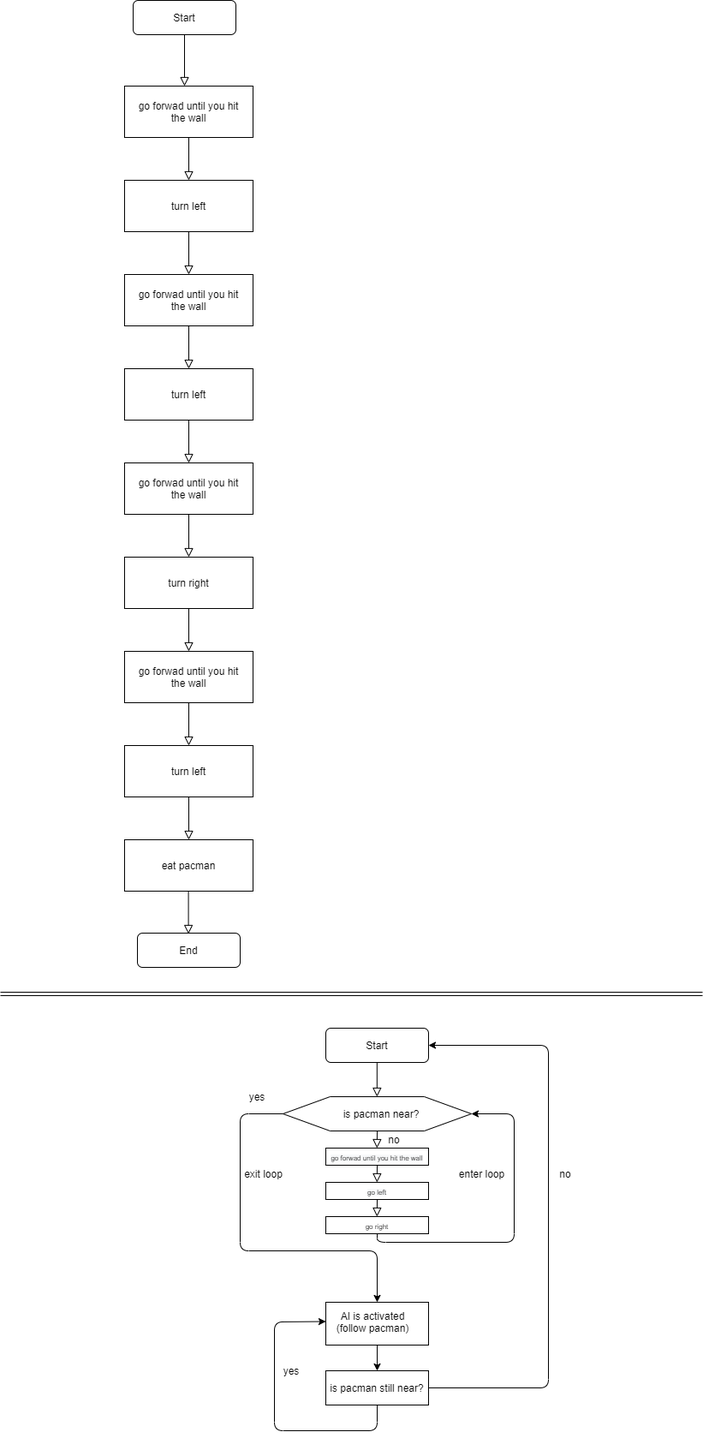
Earlier version of the draw.io export Basic.png (Paulalbo/CFLM-DATAST-DAY07-Paul-Albrecht-Onur-Umar). Source tidied: cells renumbered, new cells last; positions are measured from the earlier drawing's top-left corner, leaving out a move shared by most shapes.
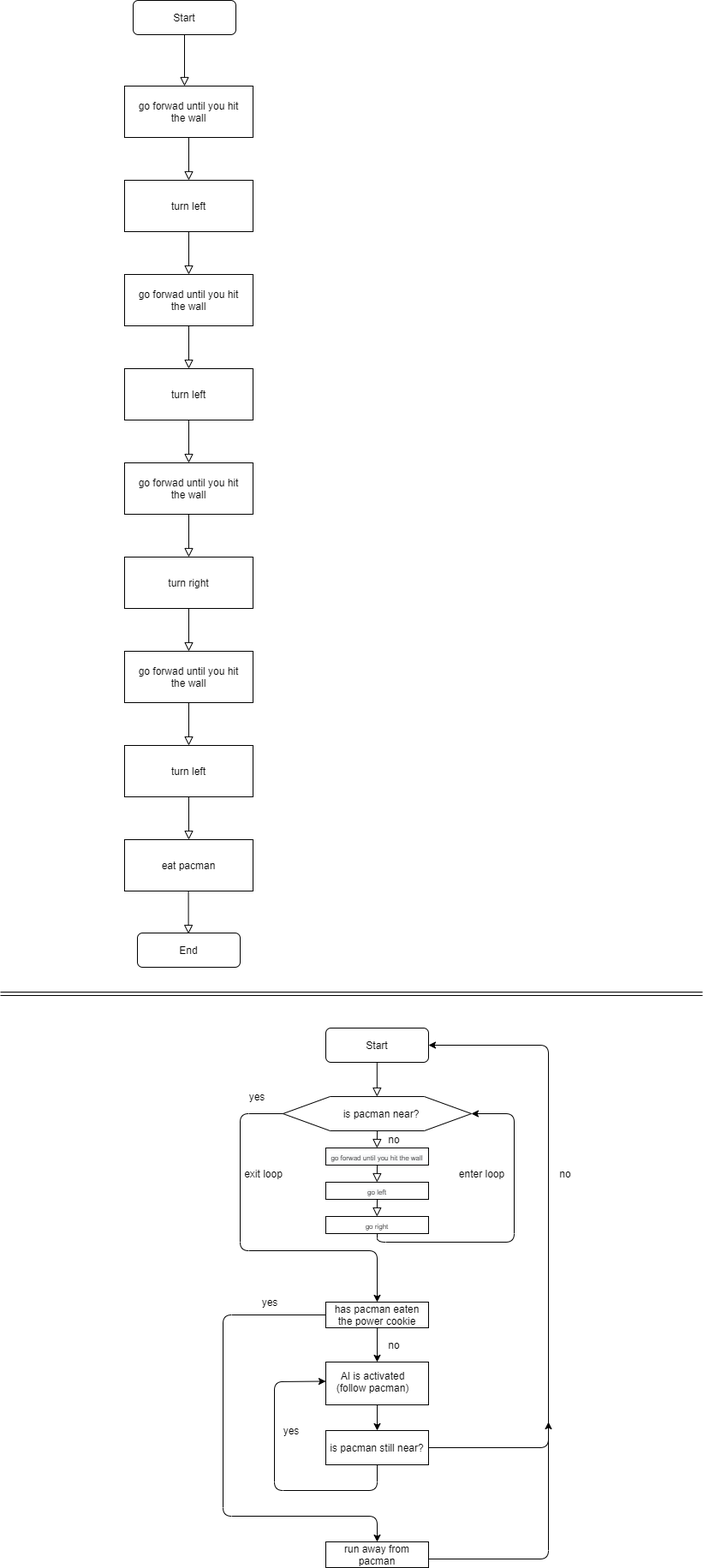
After the commit.

The edit, as a diff of the source:
```diff
@@ -200,35 +200,35 @@
       <mxGeometry x="530" y="1360" width="65" height="20" as="geometry" />
     </mxCell>
     <mxCell id="47" style="rounded=0;whiteSpace=wrap;html=1;" parent="1" vertex="1">
-      <mxGeometry x="380" y="1520" width="120" height="50" as="geometry" />
+      <mxGeometry x="380" y="1590" width="120" height="50" as="geometry" />
     </mxCell>
     <mxCell id="48" value="AI is activated&lt;br&gt;(follow pacman)" style="text;html=1;strokeColor=none;fillColor=none;align=center;verticalAlign=middle;whiteSpace=wrap;rounded=0;" parent="1" vertex="1">
-      <mxGeometry x="380" y="1525" width="110" height="35" as="geometry" />
+      <mxGeometry x="380" y="1595" width="110" height="35" as="geometry" />
     </mxCell>
     <mxCell id="49" style="endArrow=classic;html=1;exitX=0.5;exitY=1;exitDx=0;exitDy=0;" parent="1" edge="1" source="47">
       <mxGeometry relative="1" as="geometry">
-        <mxPoint x="440" y="1600" as="targetPoint" />
+        <mxPoint x="440" y="1670" as="targetPoint" />
       </mxGeometry>
     </mxCell>
     <mxCell id="50" value="is pacman still near?" style="rounded=0;whiteSpace=wrap;html=1;" parent="1" vertex="1">
-      <mxGeometry x="380" y="1600" width="120" height="40" as="geometry" />
+      <mxGeometry x="380" y="1670" width="120" height="40" as="geometry" />
     </mxCell>
     <mxCell id="51" style="endArrow=classic;html=1;exitX=0.5;exitY=1;exitDx=0;exitDy=0;entryX=0;entryY=0.5;entryDx=0;entryDy=0;" parent="1" edge="1" source="50" target="48">
       <mxGeometry relative="1" as="geometry">
         <Array as="points">
-          <mxPoint x="440" y="1670" />
-          <mxPoint x="320" y="1670" />
-          <mxPoint x="320" y="1543" />
+          <mxPoint x="440" y="1740" />
+          <mxPoint x="320" y="1740" />
+          <mxPoint x="320" y="1613" />
         </Array>
       </mxGeometry>
     </mxCell>
     <mxCell id="52" value="yes" style="text;html=1;strokeColor=none;fillColor=none;align=center;verticalAlign=middle;whiteSpace=wrap;rounded=0;" parent="1" vertex="1">
-      <mxGeometry x="320" y="1590" width="40" height="20" as="geometry" />
+      <mxGeometry x="320" y="1660" width="40" height="20" as="geometry" />
     </mxCell>
     <mxCell id="53" style="endArrow=classic;html=1;exitX=1;exitY=0.5;exitDx=0;exitDy=0;entryX=1;entryY=0.5;entryDx=0;entryDy=0;" parent="1" edge="1" source="50" target="33">
       <mxGeometry relative="1" as="geometry">
         <Array as="points">
-          <mxPoint x="640" y="1620" />
+          <mxPoint x="640" y="1690" />
           <mxPoint x="640" y="1220" />
         </Array>
       </mxGeometry>
@@ -242,5 +242,41 @@
     <mxCell id="56" value="no" style="text;html=1;strokeColor=none;fillColor=none;align=center;verticalAlign=middle;whiteSpace=wrap;rounded=0;" parent="1" vertex="1">
       <mxGeometry x="440" y="1320" width="40" height="20" as="geometry" />
     </mxCell>
+    <mxCell id="57" value="has pacman eaten the power cookie" style="rounded=0;whiteSpace=wrap;html=1;" parent="1" vertex="1">
+      <mxGeometry x="380" y="1520" width="120" height="30" as="geometry" />
+    </mxCell>
+    <mxCell id="58" style="endArrow=classic;html=1;exitX=0.5;exitY=1;exitDx=0;exitDy=0;" parent="1" edge="1" source="57">
+      <mxGeometry relative="1" as="geometry">
+        <mxPoint x="440" y="1590" as="targetPoint" />
+      </mxGeometry>
+    </mxCell>
+    <mxCell id="59" value="no" style="text;html=1;strokeColor=none;fillColor=none;align=center;verticalAlign=middle;whiteSpace=wrap;rounded=0;" parent="1" vertex="1">
+      <mxGeometry x="440" y="1560" width="40" height="20" as="geometry" />
+    </mxCell>
+    <mxCell id="60" style="endArrow=classic;html=1;exitX=0;exitY=0.5;exitDx=0;exitDy=0;" parent="1" edge="1" source="57">
+      <mxGeometry relative="1" as="geometry">
+        <mxPoint x="440" y="1800" as="targetPoint" />
+        <Array as="points">
+          <mxPoint x="260" y="1535" />
+          <mxPoint x="260" y="1770" />
+          <mxPoint x="440" y="1770" />
+        </Array>
+      </mxGeometry>
+    </mxCell>
+    <mxCell id="61" value="yes" style="text;html=1;strokeColor=none;fillColor=none;align=center;verticalAlign=middle;whiteSpace=wrap;rounded=0;" parent="1" vertex="1">
+      <mxGeometry x="295" y="1510" width="40" height="20" as="geometry" />
+    </mxCell>
+    <mxCell id="62" value="run away from pacman" style="rounded=0;whiteSpace=wrap;html=1;" parent="1" vertex="1">
+      <mxGeometry x="380" y="1800" width="120" height="30" as="geometry" />
+    </mxCell>
+    <mxCell id="63" style="endArrow=classic;html=1;" parent="1" edge="1">
+      <mxGeometry relative="1" as="geometry">
+        <mxPoint x="500" y="1820" as="sourcePoint" />
+        <mxPoint x="640" y="1660" as="targetPoint" />
+        <Array as="points">
+          <mxPoint x="640" y="1820" />
+        </Array>
+      </mxGeometry>
+    </mxCell>
   </root>
 </mxGraphModel>
```
